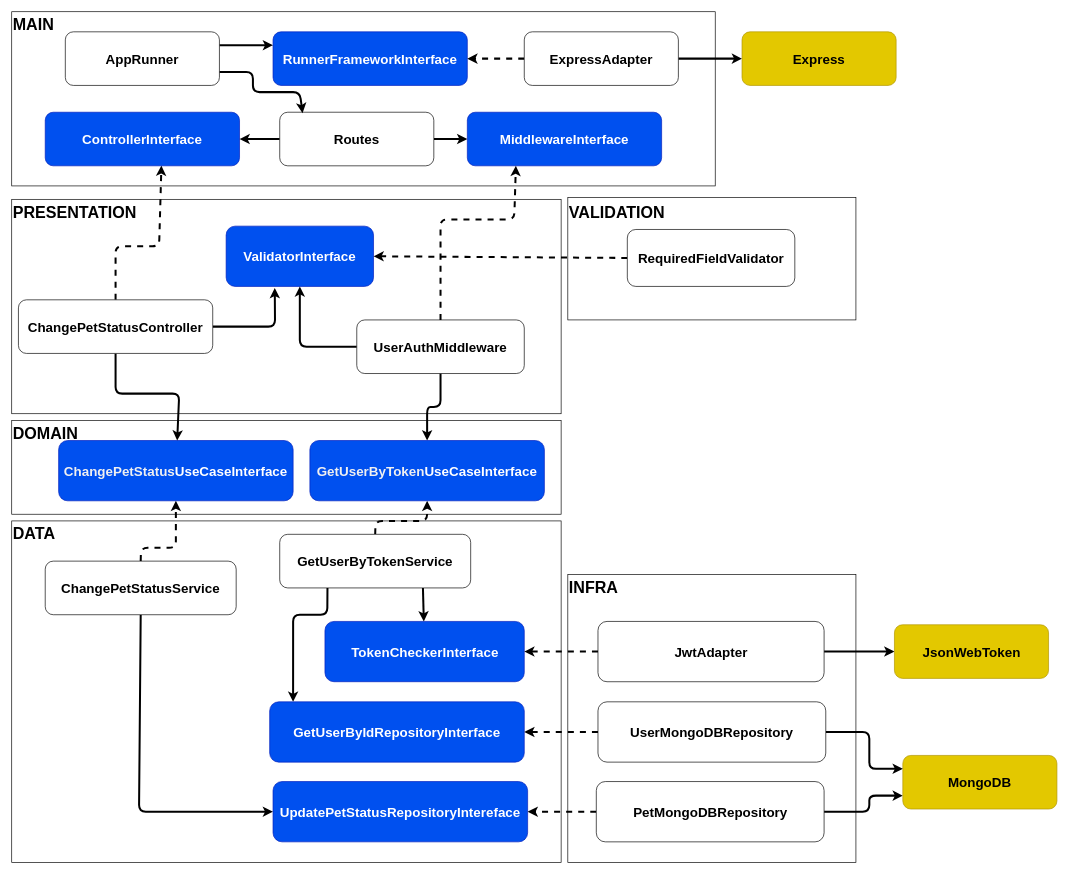
The draw.io diagram diagrams/drawio/change-pet-status.drawio in DouglasVolcato/pet-adoption-backend, before the edit. Source tidied: cells renumbered, new cells numbered last; positions are measured from the earlier drawing's top-left corner, leaving out a move shared by most shapes. Both pictures are drawn from the tidied source at 67%, with x=0, y=0 at pixel (11, 11).
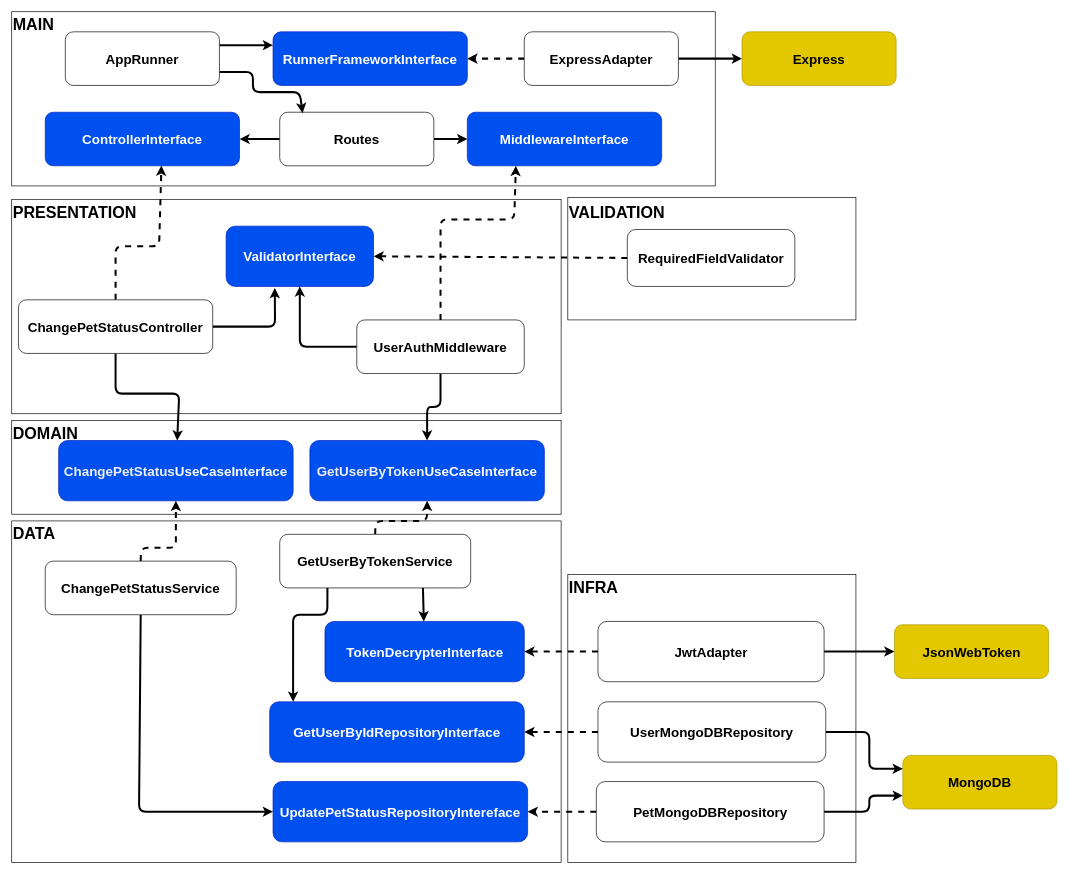
The same page after the edit.

Commit message (it also covers changes not shown here):
chore: implement diagrams

The edit, as a diff of the source:
```diff
@@
-    <mxCell id="51" value="TokenCheckerInterface" style="rounded=1;whiteSpace=wrap;html=1;fillColor=#0050ef;fontColor=#ffffff;strokeColor=#001DBC;fontSize=20;fontStyle=1;" parent="1" vertex="1">
+    <mxCell id="51" value="TokenDecrypterInterface" style="rounded=1;whiteSpace=wrap;html=1;fillColor=#0050ef;fontColor=#ffffff;strokeColor=#001DBC;fontSize=20;fontStyle=1;" parent="1" vertex="1">
       <mxGeometry x="467.5" y="910" width="297.5" height="90" as="geometry" />
     </mxCell>
```
